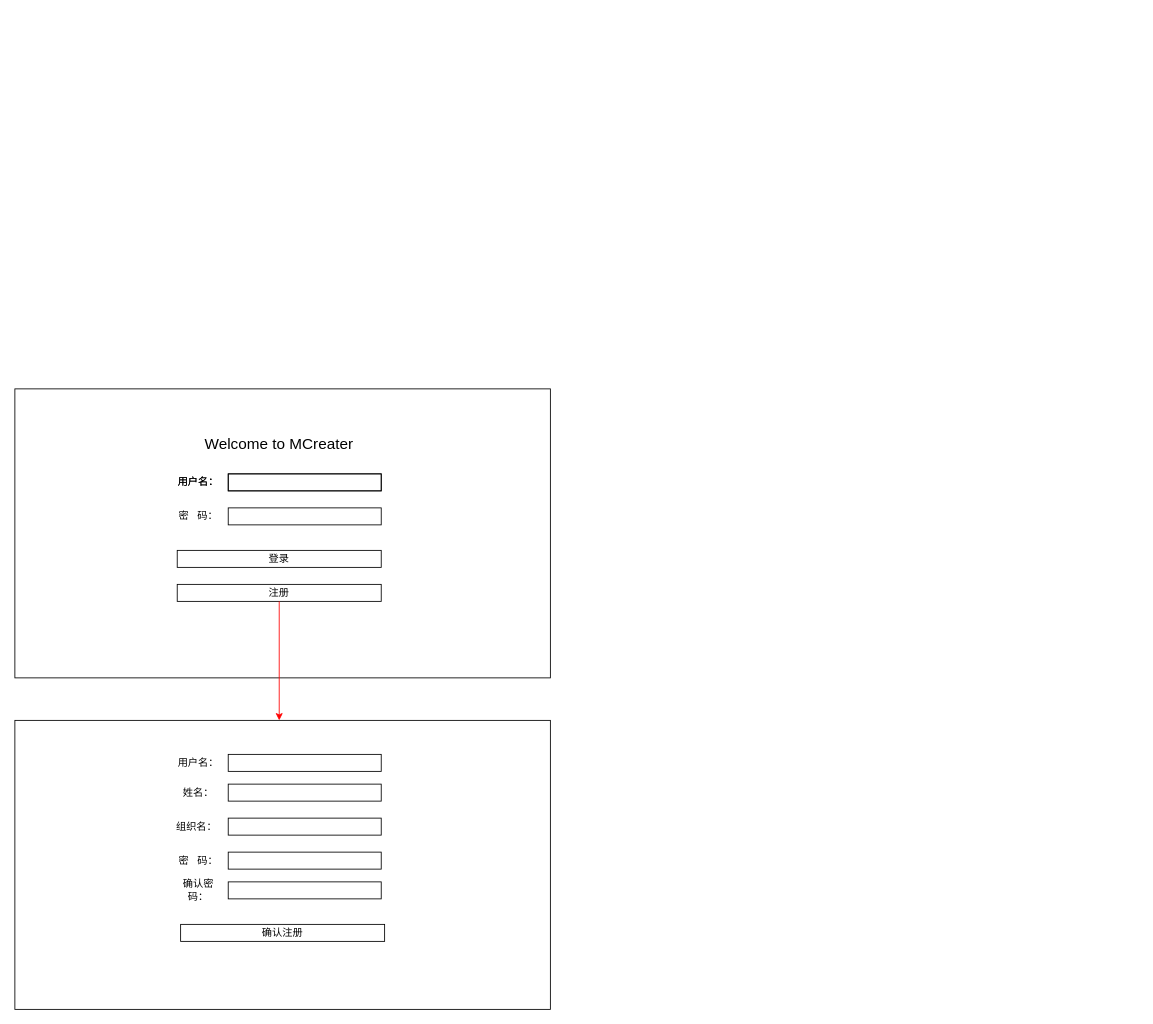
Above: MCreater.drawio in zhouqihang/drawio-store (draw.io), before the change. Source tidied: cells renumbered, new cells numbered last; positions are measured from the earlier drawing's top-left corner, leaving out a move shared by most shapes. Both pictures are drawn from the tidied source at 85%, with x=0, y=0 at pixel (14, 388).
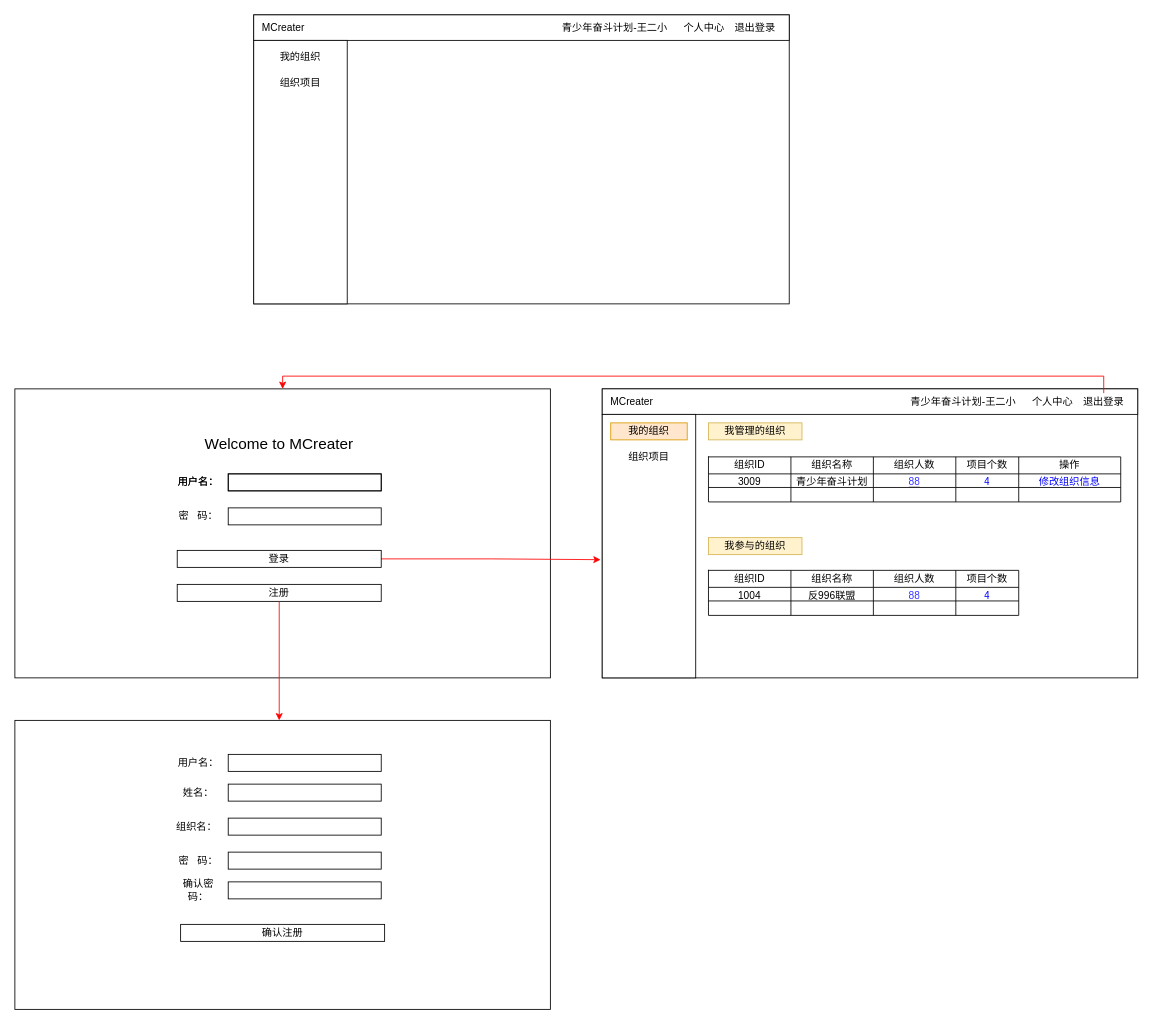
The same page after the edit.

Commit message:
添加我的组织页面.drawio

Unchanged cells that the change refers to:
```xml
<mxCell id="2" style="rounded=0;whiteSpace=wrap;html=1;" parent="1" vertex="1">
  <mxGeometry width="630" height="340" as="geometry" />
</mxCell>
<mxCell id="7" value="登录" style="text;html=1;fillColor=none;align=center;verticalAlign=middle;whiteSpace=wrap;rounded=0;strokeColor=#000000;" parent="1" vertex="1">
  <mxGeometry x="191" y="190" width="240" height="20" as="geometry" />
</mxCell>
```

What changed in the source:
```diff
@@
+    <mxCell id="25" style="edgeStyle=orthogonalEdgeStyle;rounded=0;jettySize=auto;html=1;exitX=1;exitY=0.5;exitDx=0;exitDy=0;entryX=-0.003;entryY=0.591;entryDx=0;entryDy=0;entryPerimeter=0;strokeColor=#FF0000;" parent="1" edge="1" source="7" target="26">
+      <mxGeometry relative="1" as="geometry" />
+    </mxCell>
@@
+    <mxCell id="26" style="rounded=0;whiteSpace=wrap;html=1;" parent="1" vertex="1">
+      <mxGeometry x="691" width="630" height="340" as="geometry" />
+    </mxCell>
+    <mxCell id="27" style="rounded=0;whiteSpace=wrap;html=1;strokeColor=#000000;" parent="1" vertex="1">
+      <mxGeometry x="691" width="630" height="30" as="geometry" />
+    </mxCell>
+    <mxCell id="28" value="青少年奋斗计划-王二小" style="text;html=1;strokeColor=none;fillColor=none;align=center;verticalAlign=middle;whiteSpace=wrap;rounded=0;" parent="1" vertex="1">
+      <mxGeometry x="1041" y="5" width="150" height="20" as="geometry" />
+    </mxCell>
+    <mxCell id="29" style="edgeStyle=orthogonalEdgeStyle;rounded=0;jettySize=auto;html=1;exitX=0.5;exitY=0;exitDx=0;exitDy=0;entryX=0.5;entryY=0;entryDx=0;entryDy=0;fontColor=#0000FF;strokeColor=#FF0000;" parent="1" edge="1" source="30" target="2">
+      <mxGeometry relative="1" as="geometry" />
+    </mxCell>
+    <mxCell id="30" value="退出登录" style="text;html=1;strokeColor=none;fillColor=none;align=center;verticalAlign=middle;whiteSpace=wrap;rounded=0;" parent="1" vertex="1">
+      <mxGeometry x="1251" y="5" width="60" height="20" as="geometry" />
+    </mxCell>
+    <mxCell id="31" value="个人中心" style="text;html=1;strokeColor=none;fillColor=none;align=center;verticalAlign=middle;whiteSpace=wrap;rounded=0;" parent="1" vertex="1">
+      <mxGeometry x="1191" y="5" width="60" height="20" as="geometry" />
+    </mxCell>
+    <mxCell id="32" value="MCreater" style="text;html=1;strokeColor=none;fillColor=none;align=center;verticalAlign=middle;whiteSpace=wrap;rounded=0;" parent="1" vertex="1">
+      <mxGeometry x="701" y="5" width="50" height="20" as="geometry" />
+    </mxCell>
+    <mxCell id="33" style="rounded=0;whiteSpace=wrap;html=1;strokeColor=#000000;" parent="1" vertex="1">
+      <mxGeometry x="691" y="30" width="110" height="310" as="geometry" />
+    </mxCell>
+    <mxCell id="34" value="我的组织" style="text;html=1;strokeColor=#d79b00;fillColor=#ffe6cc;align=center;verticalAlign=middle;whiteSpace=wrap;rounded=0;" parent="1" vertex="1">
+      <mxGeometry x="701" y="40" width="90" height="20" as="geometry" />
+    </mxCell>
+    <mxCell id="35" value="组织项目" style="text;html=1;strokeColor=none;fillColor=none;align=center;verticalAlign=middle;whiteSpace=wrap;rounded=0;" parent="1" vertex="1">
+      <mxGeometry x="701" y="70" width="90" height="20" as="geometry" />
+    </mxCell>
+    <mxCell id="36" style="rounded=0;whiteSpace=wrap;html=1;" parent="1" vertex="1">
+      <mxGeometry x="281" y="-440" width="630" height="340" as="geometry" />
+    </mxCell>
+    <mxCell id="37" style="rounded=0;whiteSpace=wrap;html=1;strokeColor=#000000;" parent="1" vertex="1">
+      <mxGeometry x="281" y="-440" width="630" height="30" as="geometry" />
+    </mxCell>
+    <mxCell id="38" value="青少年奋斗计划-王二小" style="text;html=1;strokeColor=none;fillColor=none;align=center;verticalAlign=middle;whiteSpace=wrap;rounded=0;" parent="1" vertex="1">
+      <mxGeometry x="631" y="-435" width="150" height="20" as="geometry" />
+    </mxCell>
+    <mxCell id="39" value="退出登录" style="text;html=1;strokeColor=none;fillColor=none;align=center;verticalAlign=middle;whiteSpace=wrap;rounded=0;" parent="1" vertex="1">
+      <mxGeometry x="841" y="-435" width="60" height="20" as="geometry" />
+    </mxCell>
+    <mxCell id="40" value="个人中心" style="text;html=1;strokeColor=none;fillColor=none;align=center;verticalAlign=middle;whiteSpace=wrap;rounded=0;" parent="1" vertex="1">
+      <mxGeometry x="781" y="-435" width="60" height="20" as="geometry" />
+    </mxCell>
+    <mxCell id="41" value="MCreater" style="text;html=1;strokeColor=none;fillColor=none;align=center;verticalAlign=middle;whiteSpace=wrap;rounded=0;" parent="1" vertex="1">
+      <mxGeometry x="291" y="-435" width="50" height="20" as="geometry" />
+    </mxCell>
+    <mxCell id="42" style="rounded=0;whiteSpace=wrap;html=1;strokeColor=#000000;" parent="1" vertex="1">
+      <mxGeometry x="281" y="-410" width="110" height="310" as="geometry" />
+    </mxCell>
+    <mxCell id="43" value="我的组织" style="text;html=1;strokeColor=none;fillColor=none;align=center;verticalAlign=middle;whiteSpace=wrap;rounded=0;" parent="1" vertex="1">
+      <mxGeometry x="291" y="-400" width="90" height="20" as="geometry" />
+    </mxCell>
+    <mxCell id="44" value="组织项目" style="text;html=1;strokeColor=none;fillColor=none;align=center;verticalAlign=middle;whiteSpace=wrap;rounded=0;" parent="1" vertex="1">
+      <mxGeometry x="291" y="-370" width="90" height="20" as="geometry" />
+    </mxCell>
+    <mxCell id="45" value="我管理的组织" style="text;html=1;strokeColor=#d6b656;fillColor=#fff2cc;align=center;verticalAlign=middle;whiteSpace=wrap;rounded=0;" parent="1" vertex="1">
+      <mxGeometry x="816" y="40" width="110" height="20" as="geometry" />
+    </mxCell>
+    <mxCell id="46" value="我参与的组织" style="text;html=1;strokeColor=#d6b656;fillColor=#fff2cc;align=center;verticalAlign=middle;whiteSpace=wrap;rounded=0;" parent="1" vertex="1">
+      <mxGeometry x="816" y="175" width="110" height="20" as="geometry" />
+    </mxCell>
+    <mxCell id="47" style="shape=table;html=1;whiteSpace=wrap;startSize=0;childLayout=tableLayout;strokeColor=#000000;fontColor=#0000FF;" parent="1" vertex="1">
+      <mxGeometry x="816" y="80" width="485" height="53" as="geometry" />
+    </mxCell>
+    <mxCell id="48" style="shape=partialRectangle;html=1;whiteSpace=wrap;fillColor=none;top=0;left=0;bottom=0;right=0;" parent="47" vertex="1">
+      <mxGeometry width="485" height="20" as="geometry" />
+    </mxCell>
+    <mxCell id="49" value="组织ID" style="shape=partialRectangle;html=1;whiteSpace=wrap;fillColor=none;top=0;left=0;bottom=0;right=0;overflow=hidden;" parent="48" vertex="1">
+      <mxGeometry width="97" height="20" as="geometry" />
+    </mxCell>
+    <mxCell id="50" value="组织名称" style="shape=partialRectangle;html=1;whiteSpace=wrap;fillColor=none;top=0;left=0;bottom=0;right=0;overflow=hidden;" parent="48" vertex="1">
+      <mxGeometry x="97" width="97" height="20" as="geometry" />
+    </mxCell>
+    <mxCell id="51" value="组织人数" style="shape=partialRectangle;html=1;whiteSpace=wrap;fillColor=none;top=0;left=0;bottom=0;right=0;overflow=hidden;" parent="48" vertex="1">
+      <mxGeometry x="194" width="97" height="20" as="geometry" />
+    </mxCell>
+    <mxCell id="52" value="项目个数" style="shape=partialRectangle;html=1;whiteSpace=wrap;fillColor=none;top=0;left=0;bottom=0;right=0;overflow=hidden;" parent="48" vertex="1">
+      <mxGeometry x="291" width="74" height="20" as="geometry" />
+    </mxCell>
+    <mxCell id="53" value="操作" style="shape=partialRectangle;html=1;whiteSpace=wrap;fillColor=none;top=0;left=0;bottom=0;right=0;overflow=hidden;" parent="48" vertex="1">
+      <mxGeometry x="365" width="120" height="20" as="geometry" />
+    </mxCell>
+    <mxCell id="54" style="shape=partialRectangle;html=1;whiteSpace=wrap;fillColor=none;top=0;left=0;bottom=0;right=0;" parent="47" vertex="1">
+      <mxGeometry y="20" width="485" height="16" as="geometry" />
+    </mxCell>
+    <mxCell id="55" value="3009" style="shape=partialRectangle;html=1;whiteSpace=wrap;fillColor=none;top=0;left=0;bottom=0;right=0;overflow=hidden;" parent="54" vertex="1">
+      <mxGeometry width="97" height="16" as="geometry" />
+    </mxCell>
+    <mxCell id="56" value="青少年奋斗计划" style="shape=partialRectangle;html=1;whiteSpace=wrap;fillColor=none;top=0;left=0;bottom=0;right=0;overflow=hidden;" parent="54" vertex="1">
+      <mxGeometry x="97" width="97" height="16" as="geometry" />
+    </mxCell>
+    <mxCell id="57" value="&lt;u&gt;&lt;font color=&quot;#3333ff&quot;&gt;88&lt;/font&gt;&lt;/u&gt;" style="shape=partialRectangle;html=1;whiteSpace=wrap;fillColor=none;top=0;left=0;bottom=0;right=0;overflow=hidden;" parent="54" vertex="1">
+      <mxGeometry x="194" width="97" height="16" as="geometry" />
+    </mxCell>
+    <mxCell id="58" value="4" style="shape=partialRectangle;html=1;whiteSpace=wrap;fillColor=none;top=0;left=0;bottom=0;right=0;overflow=hidden;fontColor=#0000FF;" parent="54" vertex="1">
+      <mxGeometry x="291" width="74" height="16" as="geometry" />
+    </mxCell>
+    <mxCell id="59" value="修改组织信息" style="shape=partialRectangle;html=1;whiteSpace=wrap;fillColor=none;top=0;left=0;bottom=0;right=0;overflow=hidden;fontColor=#0000FF;" parent="54" vertex="1">
+      <mxGeometry x="365" width="120" height="16" as="geometry" />
+    </mxCell>
+    <mxCell id="60" style="shape=partialRectangle;html=1;whiteSpace=wrap;fillColor=none;top=0;left=0;bottom=0;right=0;" parent="47" vertex="1">
+      <mxGeometry y="36" width="485" height="17" as="geometry" />
+    </mxCell>
+    <mxCell id="61" style="shape=partialRectangle;html=1;whiteSpace=wrap;fillColor=none;top=0;left=0;bottom=0;right=0;overflow=hidden;" parent="60" vertex="1">
+      <mxGeometry width="97" height="17" as="geometry" />
+    </mxCell>
+    <mxCell id="62" style="shape=partialRectangle;html=1;whiteSpace=wrap;fillColor=none;top=0;left=0;bottom=0;right=0;overflow=hidden;" parent="60" vertex="1">
+      <mxGeometry x="97" width="97" height="17" as="geometry" />
+    </mxCell>
+    <mxCell id="63" style="shape=partialRectangle;html=1;whiteSpace=wrap;fillColor=none;top=0;left=0;bottom=0;right=0;overflow=hidden;" parent="60" vertex="1">
+      <mxGeometry x="194" width="97" height="17" as="geometry" />
+    </mxCell>
+    <mxCell id="64" style="shape=partialRectangle;html=1;whiteSpace=wrap;fillColor=none;top=0;left=0;bottom=0;right=0;overflow=hidden;" parent="60" vertex="1">
+      <mxGeometry x="291" width="74" height="17" as="geometry" />
+    </mxCell>
+    <mxCell id="65" style="shape=partialRectangle;html=1;whiteSpace=wrap;fillColor=none;top=0;left=0;bottom=0;right=0;overflow=hidden;" parent="60" vertex="1">
+      <mxGeometry x="365" width="120" height="17" as="geometry" />
+    </mxCell>
+    <mxCell id="66" style="shape=table;html=1;whiteSpace=wrap;startSize=0;childLayout=tableLayout;strokeColor=#000000;fontColor=#0000FF;" parent="1" vertex="1">
+      <mxGeometry x="816" y="213.5" width="365" height="53" as="geometry" />
+    </mxCell>
+    <mxCell id="67" style="shape=partialRectangle;html=1;whiteSpace=wrap;fillColor=none;top=0;left=0;bottom=0;right=0;" parent="66" vertex="1">
+      <mxGeometry width="365" height="20" as="geometry" />
+    </mxCell>
+    <mxCell id="68" value="组织ID" style="shape=partialRectangle;html=1;whiteSpace=wrap;fillColor=none;top=0;left=0;bottom=0;right=0;overflow=hidden;" parent="67" vertex="1">
+      <mxGeometry width="97" height="20" as="geometry" />
+    </mxCell>
+    <mxCell id="69" value="组织名称" style="shape=partialRectangle;html=1;whiteSpace=wrap;fillColor=none;top=0;left=0;bottom=0;right=0;overflow=hidden;" parent="67" vertex="1">
+      <mxGeometry x="97" width="97" height="20" as="geometry" />
+    </mxCell>
+    <mxCell id="70" value="组织人数" style="shape=partialRectangle;html=1;whiteSpace=wrap;fillColor=none;top=0;left=0;bottom=0;right=0;overflow=hidden;" parent="67" vertex="1">
+      <mxGeometry x="194" width="97" height="20" as="geometry" />
+    </mxCell>
+    <mxCell id="71" value="项目个数" style="shape=partialRectangle;html=1;whiteSpace=wrap;fillColor=none;top=0;left=0;bottom=0;right=0;overflow=hidden;" parent="67" vertex="1">
+      <mxGeometry x="291" width="74" height="20" as="geometry" />
+    </mxCell>
+    <mxCell id="72" style="shape=partialRectangle;html=1;whiteSpace=wrap;fillColor=none;top=0;left=0;bottom=0;right=0;" parent="66" vertex="1">
+      <mxGeometry y="20" width="365" height="16" as="geometry" />
+    </mxCell>
+    <mxCell id="73" value="1004" style="shape=partialRectangle;html=1;whiteSpace=wrap;fillColor=none;top=0;left=0;bottom=0;right=0;overflow=hidden;" parent="72" vertex="1">
+      <mxGeometry width="97" height="16" as="geometry" />
+    </mxCell>
+    <mxCell id="74" value="反996联盟" style="shape=partialRectangle;html=1;whiteSpace=wrap;fillColor=none;top=0;left=0;bottom=0;right=0;overflow=hidden;" parent="72" vertex="1">
+      <mxGeometry x="97" width="97" height="16" as="geometry" />
+    </mxCell>
+    <mxCell id="75" value="&lt;u&gt;&lt;font color=&quot;#3333ff&quot;&gt;88&lt;/font&gt;&lt;/u&gt;" style="shape=partialRectangle;html=1;whiteSpace=wrap;fillColor=none;top=0;left=0;bottom=0;right=0;overflow=hidden;" parent="72" vertex="1">
+      <mxGeometry x="194" width="97" height="16" as="geometry" />
+    </mxCell>
+    <mxCell id="76" value="4" style="shape=partialRectangle;html=1;whiteSpace=wrap;fillColor=none;top=0;left=0;bottom=0;right=0;overflow=hidden;fontColor=#0000FF;" parent="72" vertex="1">
+      <mxGeometry x="291" width="74" height="16" as="geometry" />
+    </mxCell>
+    <mxCell id="77" style="shape=partialRectangle;html=1;whiteSpace=wrap;fillColor=none;top=0;left=0;bottom=0;right=0;" parent="66" vertex="1">
+      <mxGeometry y="36" width="365" height="17" as="geometry" />
+    </mxCell>
+    <mxCell id="78" style="shape=partialRectangle;html=1;whiteSpace=wrap;fillColor=none;top=0;left=0;bottom=0;right=0;overflow=hidden;" parent="77" vertex="1">
+      <mxGeometry width="97" height="17" as="geometry" />
+    </mxCell>
+    <mxCell id="79" style="shape=partialRectangle;html=1;whiteSpace=wrap;fillColor=none;top=0;left=0;bottom=0;right=0;overflow=hidden;" parent="77" vertex="1">
+      <mxGeometry x="97" width="97" height="17" as="geometry" />
+    </mxCell>
+    <mxCell id="80" style="shape=partialRectangle;html=1;whiteSpace=wrap;fillColor=none;top=0;left=0;bottom=0;right=0;overflow=hidden;" parent="77" vertex="1">
+      <mxGeometry x="194" width="97" height="17" as="geometry" />
+    </mxCell>
+    <mxCell id="81" style="shape=partialRectangle;html=1;whiteSpace=wrap;fillColor=none;top=0;left=0;bottom=0;right=0;overflow=hidden;" parent="77" vertex="1">
+      <mxGeometry x="291" width="74" height="17" as="geometry" />
+    </mxCell>
```
